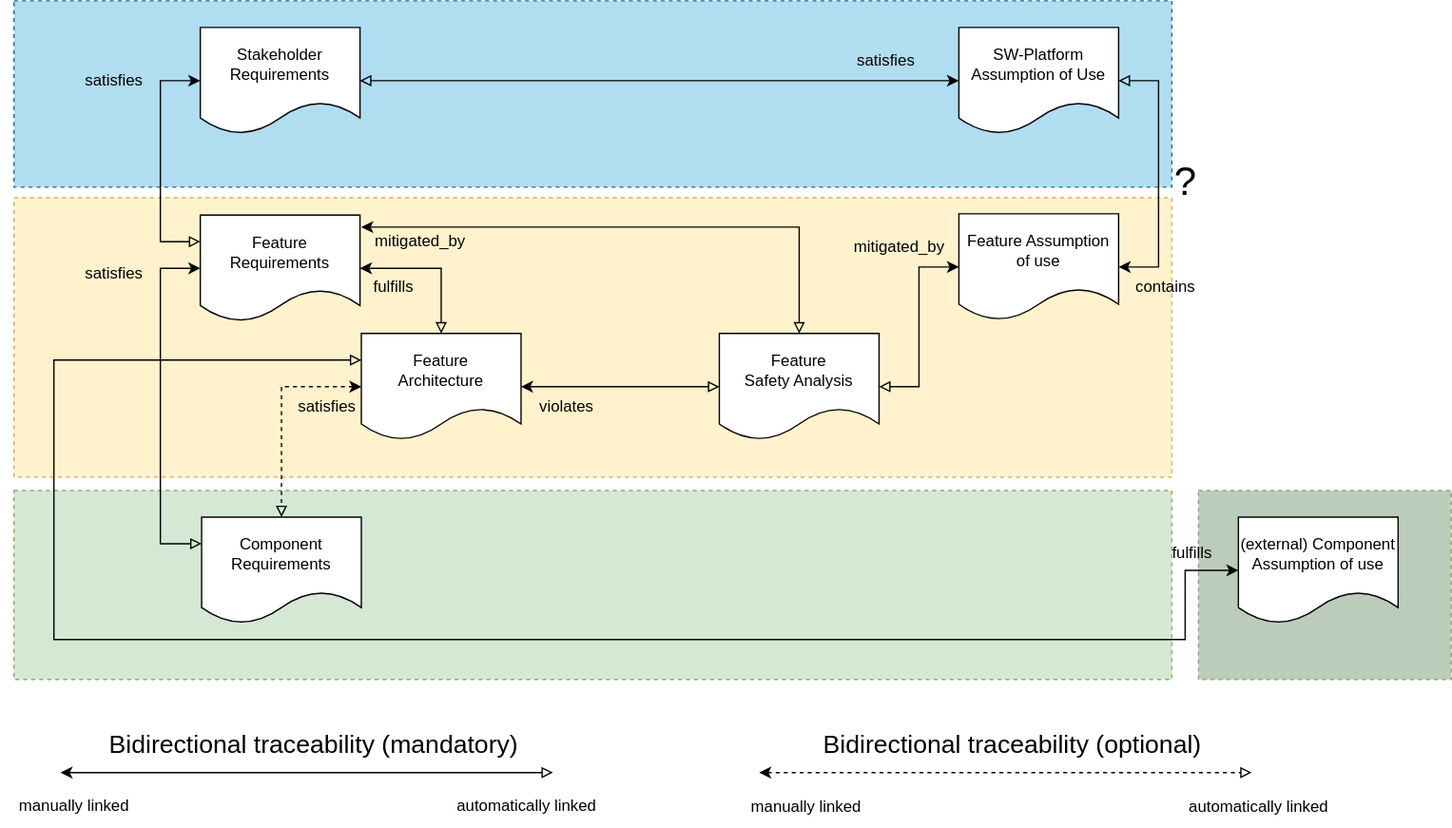
The draw.io diagram main/_images/score_traceability_model_feat_overview.drawio.svg in eclipse-score/process_description, before a commit. Source tidied: cells renumbered, new cells last; positions are measured from the earlier drawing's top-left corner, leaving out a move shared by most shapes.
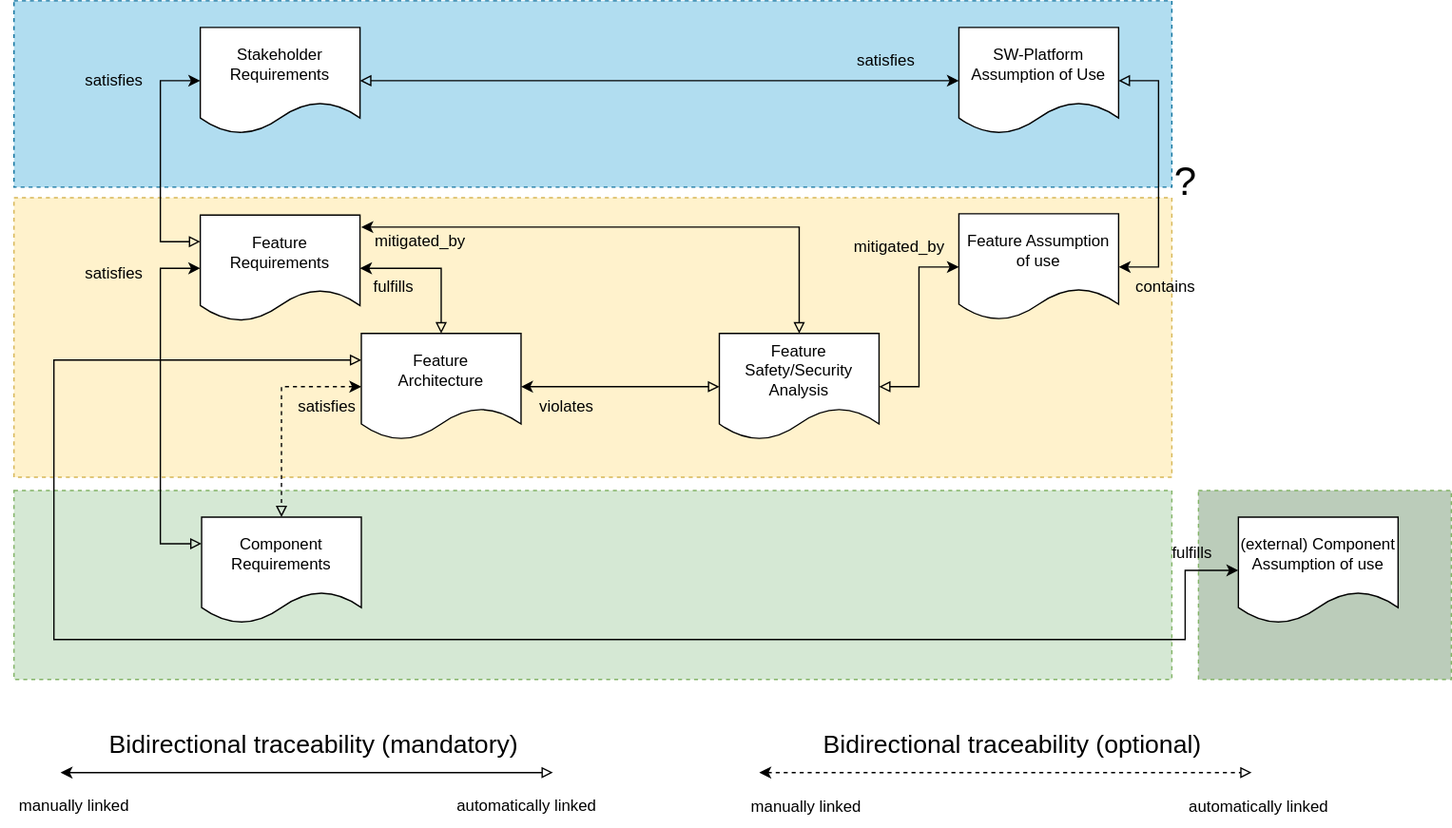
After the commit.

The edit, as a diff of the source:
```diff
@@ -83,7 +83,7 @@
         </Array>
       </mxGeometry>
     </mxCell>
-    <mxCell id="22" value="Feature&lt;br&gt;Safety Analysis" style="shape=document;whiteSpace=wrap;html=1;boundedLbl=1;" parent="1" vertex="1">
+    <mxCell id="22" value="Feature&lt;br&gt;Safety/Security Analysis" style="shape=document;whiteSpace=wrap;html=1;boundedLbl=1;" parent="1" vertex="1">
       <mxGeometry x="540" y="250" width="120" height="80" as="geometry" />
     </mxCell>
     <mxCell id="23" style="edgeStyle=orthogonalEdgeStyle;rounded=0;orthogonalLoop=1;jettySize=auto;html=1;startArrow=classic;startFill=1;endArrow=block;endFill=0;" parent="1" edge="1">
```
